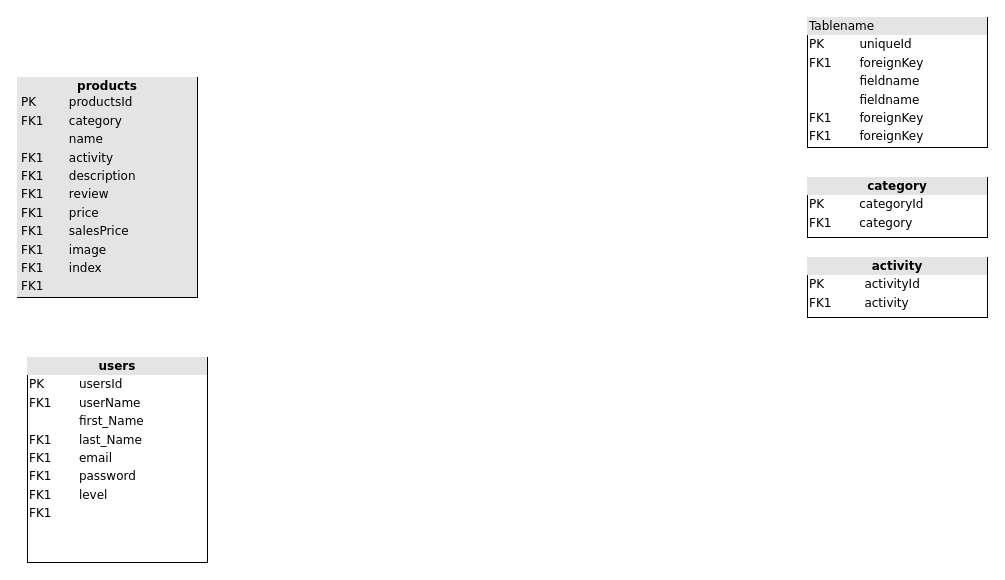
Above: EncontrateHome/Untitled Diagram.drawio in Agosdb/Grupo-dos-Encontrate- (draw.io), before the change. Source tidied: cells renumbered, new cells numbered last; positions are measured from the earlier drawing's top-left corner, leaving out a move shared by most shapes. Both pictures are drawn from the tidied source at 100%, with x=0, y=0 at pixel (17, 17).
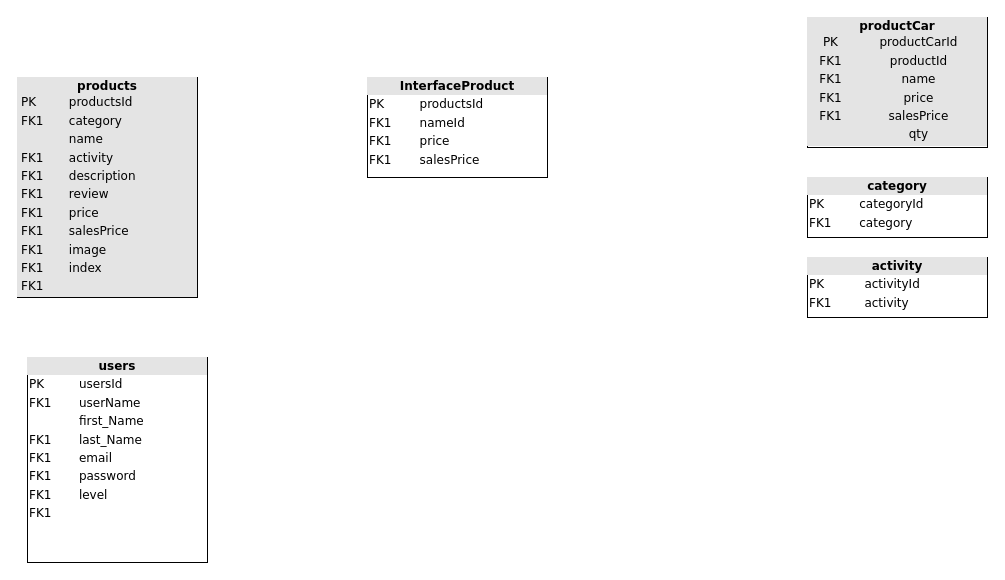
Above is the later version.

Change to the diagram source:
```diff
@@
 <mxGraphModel background="#ffffff">
   <root>
     <mxCell id="0" />
     <mxCell id="1" parent="0" />
-    <mxCell id="2" value="&lt;div style=&quot;box-sizing: border-box ; width: 100% ; background: #e4e4e4 ; padding: 2px&quot;&gt;Tablename&lt;/div&gt;&lt;table style=&quot;width: 100% ; font-size: 1em&quot; cellpadding=&quot;2&quot; cellspacing=&quot;0&quot;&gt;&lt;tbody&gt;&lt;tr&gt;&lt;td&gt;PK&lt;/td&gt;&lt;td&gt;uniqueId&lt;/td&gt;&lt;/tr&gt;&lt;tr&gt;&lt;td&gt;FK1&lt;/td&gt;&lt;td&gt;foreignKey&lt;/td&gt;&lt;/tr&gt;&lt;tr&gt;&lt;td&gt;&lt;/td&gt;&lt;td&gt;fieldname&lt;/td&gt;&lt;/tr&gt;&lt;tr&gt;&lt;td&gt;&lt;br&gt;&lt;/td&gt;&lt;td&gt;fieldname&lt;br&gt;&lt;/td&gt;&lt;/tr&gt;&lt;tr&gt;&lt;td&gt;FK1&lt;br&gt;&lt;/td&gt;&lt;td&gt;foreignKey&lt;br&gt;&lt;/td&gt;&lt;/tr&gt;&lt;tr&gt;&lt;td&gt;FK1&lt;br&gt;&lt;/td&gt;&lt;td&gt;foreignKey&lt;br&gt;&lt;/td&gt;&lt;/tr&gt;&lt;/tbody&gt;&lt;/table&gt;" style="verticalAlign=top;align=left;overflow=fill;html=1;rounded=0;shadow=0;comic=0;labelBackgroundColor=none;strokeWidth=1;fontFamily=Verdana;fontSize=12;" parent="1" vertex="1">
+    <mxCell id="2" value="&lt;div style=&quot;text-align: center ; box-sizing: border-box ; width: 100% ; background: rgb(228 , 228 , 228) ; padding: 2px&quot;&gt;&lt;b&gt;productCar&lt;/b&gt;&lt;table cellpadding=&quot;2&quot; cellspacing=&quot;0&quot; style=&quot;font-size: 1em ; width: 100%&quot;&gt;&lt;tbody&gt;&lt;tr&gt;&lt;td&gt;PK&lt;/td&gt;&lt;td&gt;productCarId&lt;/td&gt;&lt;/tr&gt;&lt;tr&gt;&lt;td&gt;FK1&lt;/td&gt;&lt;td&gt;productId&lt;/td&gt;&lt;/tr&gt;&lt;tr&gt;&lt;td&gt;FK1&lt;/td&gt;&lt;td&gt;name&lt;/td&gt;&lt;/tr&gt;&lt;tr&gt;&lt;td&gt;FK1&lt;br&gt;&lt;/td&gt;&lt;td&gt;price&lt;br&gt;&lt;/td&gt;&lt;/tr&gt;&lt;tr&gt;&lt;td&gt;FK1&lt;br&gt;&lt;/td&gt;&lt;td&gt;salesPrice&lt;br&gt;&lt;/td&gt;&lt;/tr&gt;&lt;tr&gt;&lt;td&gt;&lt;br&gt;&lt;/td&gt;&lt;td&gt;qty&lt;br&gt;&lt;/td&gt;&lt;/tr&gt;&lt;/tbody&gt;&lt;/table&gt;&lt;/div&gt;" style="verticalAlign=top;align=left;overflow=fill;html=1;rounded=0;shadow=0;comic=0;labelBackgroundColor=none;strokeWidth=1;fontFamily=Verdana;fontSize=12;" parent="1" vertex="1">
       <mxGeometry x="790" width="180" height="130" as="geometry" />
     </mxCell>
     <mxCell id="3" style="edgeStyle=orthogonalEdgeStyle;html=1;labelBackgroundColor=none;startArrow=ERmandOne;endArrow=ERoneToMany;fontFamily=Verdana;fontSize=12;align=left;" parent="1" edge="1">
       <mxGeometry relative="1" as="geometry">
         <mxPoint x="160" y="520" as="sourcePoint" />
         <mxPoint x="160" y="480" as="targetPoint" />
       </mxGeometry>
     </mxCell>
     <mxCell id="4" value="&lt;div style=&quot;text-align: center ; box-sizing: border-box ; width: 100% ; background: rgb(228 , 228 , 228) ; padding: 2px&quot;&gt;&lt;b&gt;users&lt;/b&gt;&lt;/div&gt;&lt;table style=&quot;width: 100% ; font-size: 1em&quot; cellpadding=&quot;2&quot; cellspacing=&quot;0&quot;&gt;&lt;tbody&gt;&lt;tr&gt;&lt;td&gt;PK&lt;br&gt;&lt;/td&gt;&lt;td&gt;usersId&lt;/td&gt;&lt;/tr&gt;&lt;tr&gt;&lt;td&gt;FK1&lt;/td&gt;&lt;td&gt;userName&lt;/td&gt;&lt;/tr&gt;&lt;tr&gt;&lt;td&gt;&lt;/td&gt;&lt;td&gt;first_Name&lt;/td&gt;&lt;/tr&gt;&lt;tr&gt;&lt;td&gt;FK1&lt;br&gt;&lt;/td&gt;&lt;td&gt;last_Name&lt;br&gt;&lt;/td&gt;&lt;/tr&gt;&lt;tr&gt;&lt;td&gt;FK1&lt;br&gt;&lt;/td&gt;&lt;td&gt;email&lt;br&gt;&lt;/td&gt;&lt;/tr&gt;&lt;tr&gt;&lt;td&gt;FK1&lt;br&gt;&lt;/td&gt;&lt;td&gt;password&lt;br&gt;&lt;/td&gt;&lt;/tr&gt;&lt;tr&gt;&lt;td&gt;FK1&lt;br&gt;&lt;/td&gt;&lt;td&gt;level&lt;br&gt;&lt;/td&gt;&lt;/tr&gt;&lt;tr&gt;&lt;td&gt;FK1&lt;br&gt;&lt;/td&gt;&lt;td&gt;&lt;/td&gt;&lt;/tr&gt;&lt;/tbody&gt;&lt;/table&gt;" style="verticalAlign=top;align=left;overflow=fill;html=1;rounded=0;shadow=0;comic=0;labelBackgroundColor=none;strokeWidth=1;fontFamily=Verdana;fontSize=12;" parent="1" vertex="1">
       <mxGeometry x="10" y="340" width="180" height="205" as="geometry" />
     </mxCell>
     <mxCell id="5" value="&lt;div style=&quot;box-sizing: border-box ; width: 100% ; background: #e4e4e4 ; padding: 2px&quot;&gt;&lt;div style=&quot;text-align: center&quot;&gt;&lt;b&gt;products&lt;/b&gt;&lt;/div&gt;&lt;table cellpadding=&quot;2&quot; cellspacing=&quot;0&quot; style=&quot;font-size: 1em ; width: 100%&quot;&gt;&lt;tbody&gt;&lt;tr&gt;&lt;td&gt;PK&lt;/td&gt;&lt;td&gt;productsId&lt;/td&gt;&lt;/tr&gt;&lt;tr&gt;&lt;td&gt;FK1&lt;/td&gt;&lt;td&gt;category&lt;/td&gt;&lt;/tr&gt;&lt;tr&gt;&lt;td&gt;&lt;/td&gt;&lt;td&gt;name&lt;/td&gt;&lt;/tr&gt;&lt;tr&gt;&lt;td&gt;FK1&lt;br&gt;&lt;/td&gt;&lt;td&gt;activity&lt;br&gt;&lt;/td&gt;&lt;/tr&gt;&lt;tr&gt;&lt;td&gt;FK1&lt;br&gt;&lt;/td&gt;&lt;td&gt;description&lt;br&gt;&lt;/td&gt;&lt;/tr&gt;&lt;tr&gt;&lt;td&gt;FK1&lt;br&gt;&lt;/td&gt;&lt;td&gt;review&lt;br&gt;&lt;/td&gt;&lt;/tr&gt;&lt;tr&gt;&lt;td&gt;FK1&lt;br&gt;&lt;/td&gt;&lt;td&gt;price&lt;br&gt;&lt;/td&gt;&lt;/tr&gt;&lt;tr&gt;&lt;td&gt;FK1&lt;br&gt;&lt;/td&gt;&lt;td&gt;salesPrice&lt;br&gt;&lt;/td&gt;&lt;/tr&gt;&lt;tr&gt;&lt;td&gt;FK1&lt;br&gt;&lt;/td&gt;&lt;td&gt;image&lt;br&gt;&lt;/td&gt;&lt;/tr&gt;&lt;tr&gt;&lt;td&gt;FK1&lt;br&gt;&lt;/td&gt;&lt;td&gt;index&lt;br&gt;&lt;/td&gt;&lt;/tr&gt;&lt;tr&gt;&lt;td&gt;FK1&lt;br&gt;&lt;/td&gt;&lt;td&gt;&lt;/td&gt;&lt;/tr&gt;&lt;/tbody&gt;&lt;/table&gt;&lt;/div&gt;" style="verticalAlign=top;align=left;overflow=fill;html=1;rounded=0;shadow=0;comic=0;labelBackgroundColor=none;strokeWidth=1;fontFamily=Verdana;fontSize=12;" parent="1" vertex="1">
       <mxGeometry y="60" width="180" height="220" as="geometry" />
     </mxCell>
     <mxCell id="6" value="&lt;div style=&quot;text-align: center ; box-sizing: border-box ; width: 100% ; background: rgb(228 , 228 , 228) ; padding: 2px&quot;&gt;&lt;b&gt;activity&lt;/b&gt;&lt;/div&gt;&lt;table style=&quot;width: 100% ; font-size: 1em&quot; cellpadding=&quot;2&quot; cellspacing=&quot;0&quot;&gt;&lt;tbody&gt;&lt;tr&gt;&lt;td&gt;PK&lt;/td&gt;&lt;td&gt;activityId&lt;/td&gt;&lt;/tr&gt;&lt;tr&gt;&lt;td&gt;FK1&lt;/td&gt;&lt;td&gt;activity&lt;/td&gt;&lt;/tr&gt;&lt;tr&gt;&lt;td&gt;&lt;/td&gt;&lt;td&gt;&lt;br&gt;&lt;/td&gt;&lt;/tr&gt;&lt;/tbody&gt;&lt;/table&gt;" style="verticalAlign=top;align=left;overflow=fill;html=1;rounded=0;shadow=0;comic=0;labelBackgroundColor=none;strokeWidth=1;fontFamily=Verdana;fontSize=12;" parent="1" vertex="1">
       <mxGeometry x="790" y="240" width="180" height="60" as="geometry" />
     </mxCell>
     <mxCell id="7" value="&lt;div style=&quot;text-align: center ; box-sizing: border-box ; width: 100% ; background: rgb(228 , 228 , 228) ; padding: 2px&quot;&gt;&lt;b&gt;category&lt;/b&gt;&lt;/div&gt;&lt;table style=&quot;width: 100% ; font-size: 1em&quot; cellpadding=&quot;2&quot; cellspacing=&quot;0&quot;&gt;&lt;tbody&gt;&lt;tr&gt;&lt;td&gt;PK&lt;/td&gt;&lt;td&gt;categoryId&lt;/td&gt;&lt;/tr&gt;&lt;tr&gt;&lt;td&gt;FK1&lt;/td&gt;&lt;td&gt;category&lt;/td&gt;&lt;/tr&gt;&lt;tr&gt;&lt;td&gt;&lt;/td&gt;&lt;td&gt;&lt;br&gt;&lt;/td&gt;&lt;/tr&gt;&lt;/tbody&gt;&lt;/table&gt;" style="verticalAlign=top;align=left;overflow=fill;html=1;rounded=0;shadow=0;comic=0;labelBackgroundColor=none;strokeWidth=1;fontFamily=Verdana;fontSize=12;" parent="1" vertex="1">
       <mxGeometry x="790" y="160" width="180" height="60" as="geometry" />
     </mxCell>
     <mxCell id="8" style="edgeStyle=orthogonalEdgeStyle;rounded=0;orthogonalLoop=1;jettySize=auto;html=1;exitX=0.5;exitY=1;exitDx=0;exitDy=0;" parent="1" edge="1" source="5" target="5">
       <mxGeometry relative="1" as="geometry" />
     </mxCell>
+    <mxCell id="9" value="&lt;div style=&quot;text-align: center ; box-sizing: border-box ; width: 100% ; background: rgb(228 , 228 , 228) ; padding: 2px&quot;&gt;&lt;b&gt;InterfaceProduct&lt;/b&gt;&lt;/div&gt;&lt;table style=&quot;width: 100% ; font-size: 1em&quot; cellpadding=&quot;2&quot; cellspacing=&quot;0&quot;&gt;&lt;tbody&gt;&lt;tr&gt;&lt;td&gt;PK&lt;br&gt;&lt;/td&gt;&lt;td&gt;productsId&lt;/td&gt;&lt;/tr&gt;&lt;tr&gt;&lt;td&gt;FK1&lt;/td&gt;&lt;td&gt;nameId&lt;/td&gt;&lt;/tr&gt;&lt;tr&gt;&lt;td&gt;FK1&lt;/td&gt;&lt;td&gt;price&lt;/td&gt;&lt;/tr&gt;&lt;tr&gt;&lt;td&gt;FK1&lt;br&gt;&lt;/td&gt;&lt;td&gt;salesPrice&lt;br&gt;&lt;/td&gt;&lt;/tr&gt;&lt;tr&gt;&lt;td&gt;&lt;br&gt;&lt;/td&gt;&lt;td&gt;&lt;/td&gt;&lt;/tr&gt;&lt;/tbody&gt;&lt;/table&gt;" style="verticalAlign=top;align=left;overflow=fill;html=1;rounded=0;shadow=0;comic=0;labelBackgroundColor=none;strokeWidth=1;fontFamily=Verdana;fontSize=12;" parent="1" vertex="1">
+      <mxGeometry x="350" y="60" width="180" height="100" as="geometry" />
+    </mxCell>
   </root>
 </mxGraphModel>
```
